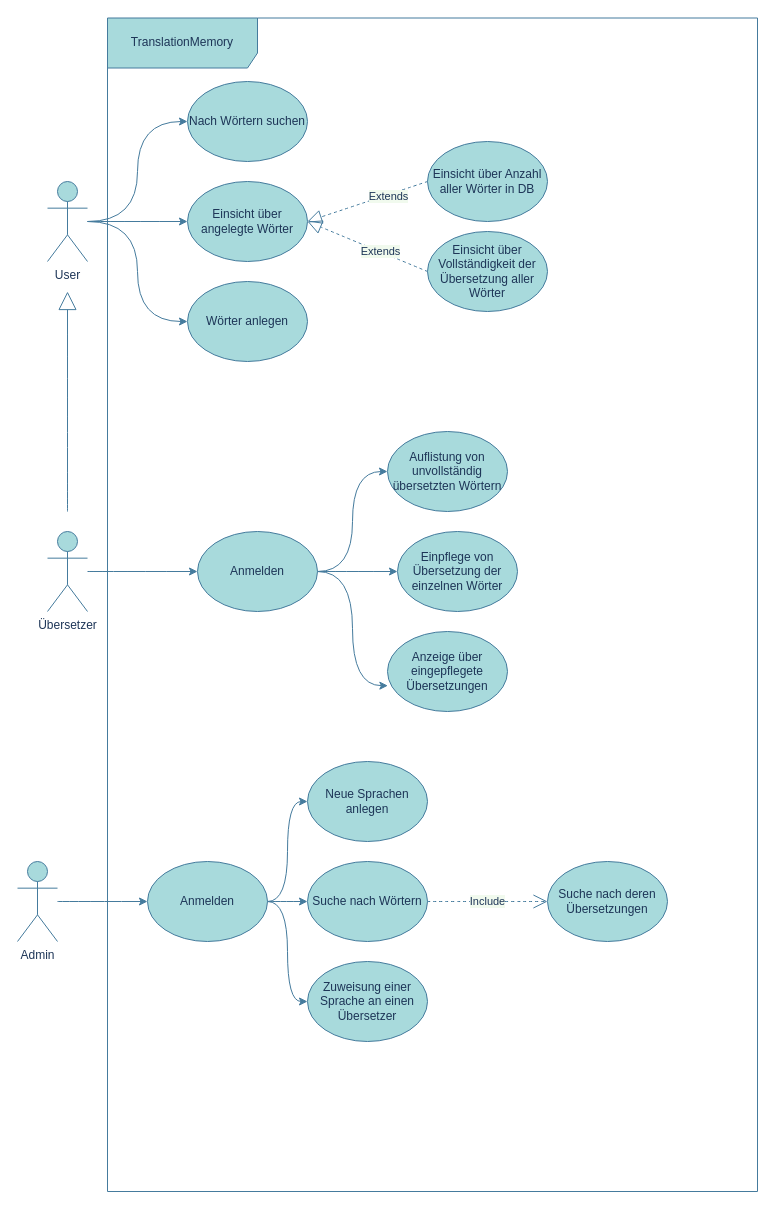
Earlier version of the draw.io diagram page "UseCases" (1 of 3) of TranslationMemory/Diagramme.drawio (NickHaecker/SoftwareDesign). Source tidied: cells renumbered, new cells numbered last; positions are measured from the earlier drawing's top-left corner, leaving out a move shared by most shapes. Both pictures are drawn from the tidied source at 100%, with x=0, y=0 at pixel (17, 17).
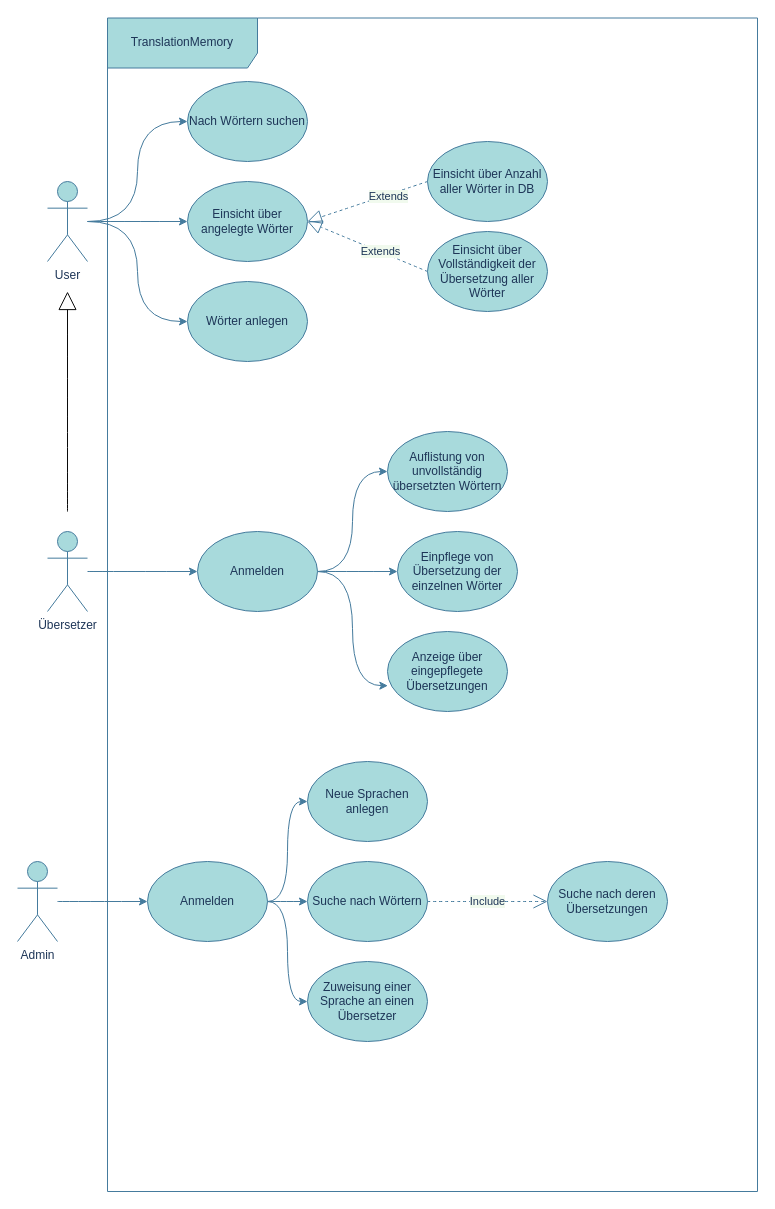
After the change.

What changed in the source:
```diff
@@
-    <mxCell id="36" style="endArrow=block;endSize=16;endFill=0;html=1;curved=1;labelBackgroundColor=#F1FAEE;strokeColor=#457B9D;fontColor=#1D3557;" parent="1" edge="1">
+    <mxCell id="36" style="endArrow=block;endSize=16;endFill=0;html=1;curved=1;labelBackgroundColor=#F1FAEE;fontColor=#1D3557;strokeColor=#0A0A0A;" parent="1" edge="1">
       <mxGeometry relative="1" as="geometry">
         <mxPoint x="50" y="494" as="sourcePoint" />
         <mxPoint x="50" y="274" as="targetPoint" />
       </mxGeometry>
     </mxCell>
```
